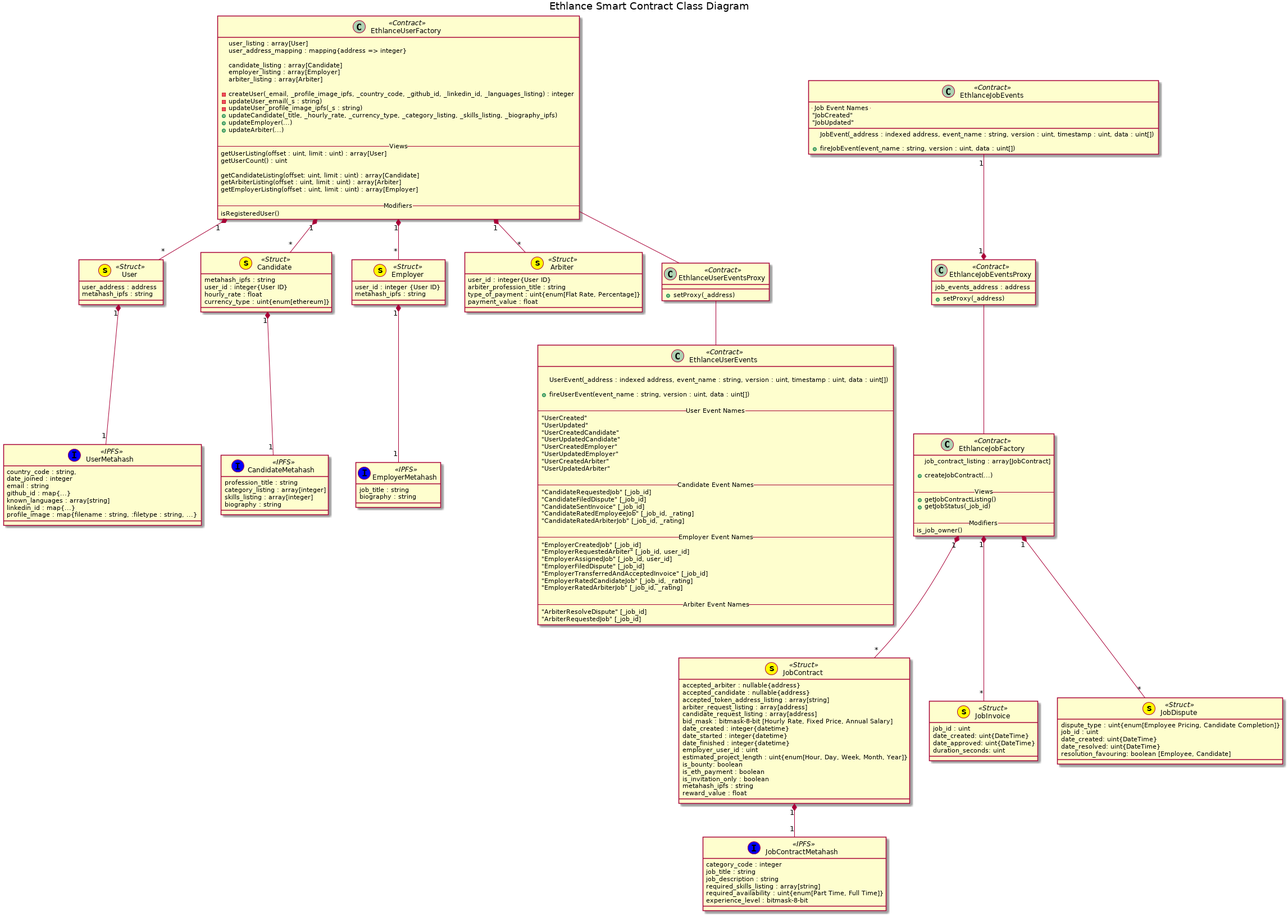
district0x/ethlance keeps this PlantUML diagram as docs/spec/class_diagram.png. Above is the earlier version.
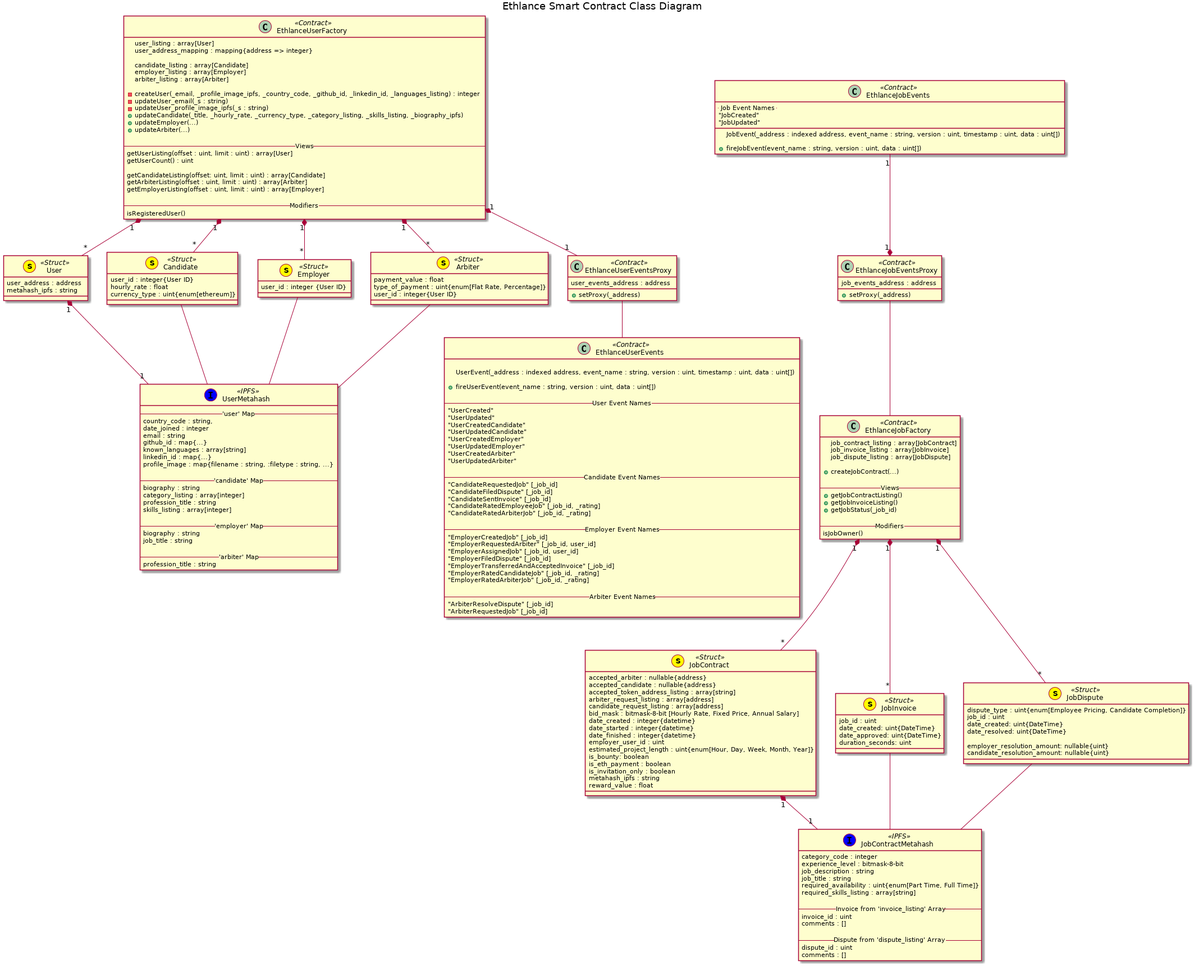
Above is the later version.

Commit message:
Improvements to spec draft

Change to the diagram source:
```diff
@@ -2,6 +2,7 @@
 title Ethlance Smart Contract Class Diagram
 
 class UserMetahash << (I,blue) IPFS >> {
+  -- 'user' Map --
   country_code : string,
   date_joined : integer
   email : string
@@ -9,6 +10,19 @@
   known_languages : array[string]
   linkedin_id : map{...}
   profile_image : map{filename : string, :filetype : string, ...}
+
+  -- 'candidate' Map --
+  biography : string
+  category_listing : array[integer]
+  profession_title : string
+  skills_listing : array[integer]
+
+  -- 'employer' Map --
+  biography : string
+  job_title : string
+
+  -- 'arbiter' Map --
+  profession_title : string
 }
 
 User "1" *-- "1" UserMetahash
@@ -17,37 +31,23 @@
   metahash_ipfs : string
 }
 
-class CandidateMetahash << (I,blue) IPFS >> {
-  profession_title : string
-  category_listing : array[integer]
-  skills_listing : array[integer]
-  biography : string
-}
-
-Candidate "1" *-- "1" CandidateMetahash
+Candidate -- UserMetahash
 class Candidate << (s,yellow) Struct >> {
-  metahash_ipfs : string
   user_id : integer{User ID}
   hourly_rate : float
   currency_type : uint{enum[ethereum]}
 }
 
-class EmployerMetahash << (I,blue) IPFS >> {
-  job_title : string
-  biography : string
+Employer -- UserMetahash
+class Employer << (s,yellow) Struct >> {
+  user_id : integer {User ID}
 }
 
-Employer "1" *-- "1" EmployerMetahash
-class Employer << (s,yellow) Struct >> {
-  user_id : integer {User ID}
-  metahash_ipfs : string
-}
-
+Arbiter -- UserMetahash
 class Arbiter << (s,yellow) Struct >> {
+  payment_value : float
+  type_of_payment : uint{enum[Flat Rate, Percentage]}
   user_id : integer{User ID}
-  arbiter_profession_title : string
-  type_of_payment : uint{enum[Flat Rate, Percentage]}
-  payment_value : float
 }
 
 EthlanceUserFactory "1" *-- "*" User
@@ -82,8 +82,9 @@
   isRegisteredUser()
 }
 
-EthlanceUserFactory -- EthlanceUserEventsProxy
+EthlanceUserFactory "1" *-- "1" EthlanceUserEventsProxy
 class EthlanceUserEventsProxy << Contract >> {
+  user_events_address : address
   +setProxy(_address)
 }
 
@@ -127,11 +128,19 @@
 
 class JobContractMetahash << (I,blue) IPFS >> {
   category_code : integer
+  experience_level : bitmask-8-bit
+  job_description : string
   job_title : string
-  job_description : string
+  required_availability : uint{enum[Part Time, Full Time]}
   required_skills_listing : array[string]
-  required_availability : uint{enum[Part Time, Full Time]}
-  experience_level : bitmask-8-bit
+
+  -- Invoice from 'invoice_listing' Array --
+  invoice_id : uint
+  comments : []
+
+  -- Dispute from 'dispute_listing' Array --
+  dispute_id : uint
+  comments : []
 }
 
 JobContract "1" *-- "1" JobContractMetahash
@@ -154,18 +163,43 @@
   reward_value : float
 }
 
+JobInvoice -- JobContractMetahash
+class JobInvoice << (s,yellow) Struct >> {
+  job_id : uint
+  date_created: uint{DateTime}
+  date_approved: uint{DateTime}
+  duration_seconds: uint
+}
+
+JobDispute -- JobContractMetahash
+class JobDispute << (s,yellow) Struct >> {
+  dispute_type : uint{enum[Employee Pricing, Candidate Completion]}
+  job_id : uint
+  date_created: uint{DateTime}
+  date_resolved: uint{DateTime}
+
+  employer_resolution_amount: nullable{uint}
+  candidate_resolution_amount: nullable{uint}
+}
+
 EthlanceJobFactory "1" *-- "*" JobContract
+EthlanceJobFactory "1" *-- "*" JobInvoice
+EthlanceJobFactory "1" *-- "*" JobDispute
+
 class EthlanceJobFactory << Contract >> {
   job_contract_listing : array[JobContract]
+  job_invoice_listing : array[JobInvoice]
+  job_dispute_listing : array[JobDispute]
 
   +createJobContract(...)
 
   -- Views --
   +getJobContractListing()
+  +getJobInvoiceListing()
   +getJobStatus(_job_id)
 
   -- Modifiers --
-  is_job_owner()
+  isJobOwner()
 }
 
 EthlanceJobEventsProxy -- EthlanceJobFactory
@@ -186,21 +220,4 @@
   "JobUpdated"
 }
 
-EthlanceJobFactory "1" *-- "*" JobInvoice
-class JobInvoice << (s,yellow) Struct >> {
-  job_id : uint
-  date_created: uint{DateTime}
-  date_approved: uint{DateTime}
-  duration_seconds: uint
-}
-
-EthlanceJobFactory "1" *-- "*" JobDispute
-class JobDispute << (s,yellow) Struct >> {
-  dispute_type : uint{enum[Employee Pricing, Candidate Completion]}
-  job_id : uint
-  date_created: uint{DateTime}
-  date_resolved: uint{DateTime}
-  resolution_favouring: boolean [Employee, Candidate]
-}
-
 @enduml
```
